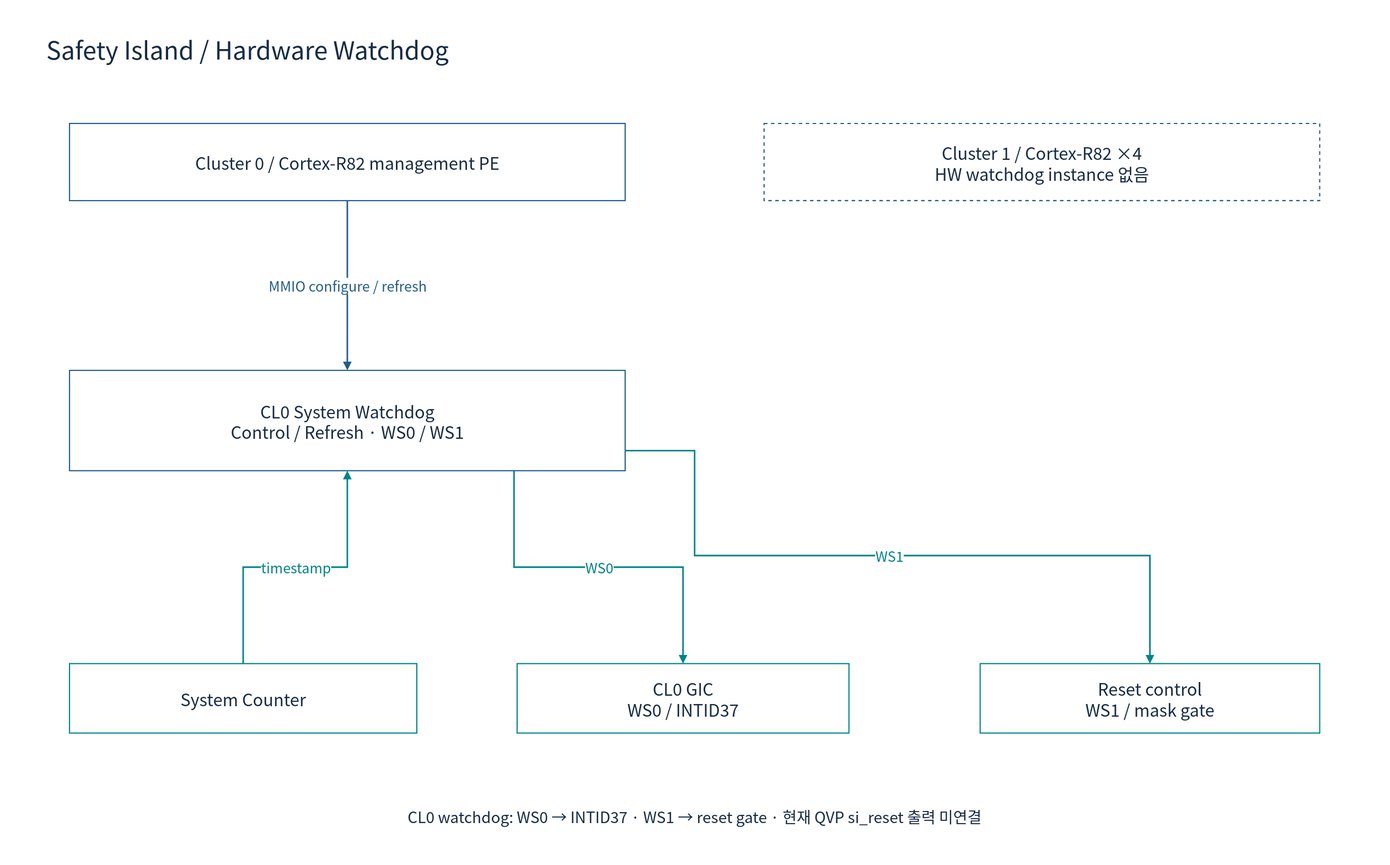
Above: doc/phase1/watchdog/diagrams/01b-si-hardware.drawio.svg in cometzero/project-apollo (draw.io), before the change. Source tidied: cells renumbered, new cells last; positions are measured from the earlier drawing's top-left corner, leaving out a move shared by most shapes. The source it was exported from:
```xml
<mxGraphModel background="#FFFFFF">
  <root>
    <mxCell id="0" />
    <mxCell id="1" parent="0" />
    <mxCell id="2" style="rounded=0;whiteSpace=wrap;html=1;fillColor=#FFFFFF;strokeColor=none;strokeWidth=1.5;fontColor=#172C43;fontFamily=Noto Sans CJK KR;fontSize=22;spacing=10;" parent="1" vertex="1">
      <mxGeometry width="1800" height="1120" as="geometry" />
    </mxCell>
    <mxCell id="3" value="Safety Island / Hardware Watchdog" style="rounded=0;whiteSpace=wrap;html=1;fillColor=#FFFFFF;strokeColor=none;strokeWidth=1.5;fontColor=#172C43;fontFamily=Noto Sans CJK KR;fontSize=22;spacing=10;fontSize=32;align=left;" parent="1" vertex="1">
      <mxGeometry x="50" y="30" width="1700" height="65" as="geometry" />
    </mxCell>
    <mxCell id="4" value="Cluster 0 / Cortex-R82 management PE" style="rounded=0;whiteSpace=wrap;html=1;fillColor=#FFFFFF;strokeColor=#235D86;strokeWidth=1.5;fontColor=#172C43;fontFamily=Noto Sans CJK KR;fontSize=22;spacing=10;" parent="1" vertex="1">
      <mxGeometry x="90" y="160" width="720" height="100" as="geometry" />
    </mxCell>
    <mxCell id="5" value="Cluster 1 / Cortex-R82 ×4&#10;HW watchdog instance 없음" style="rounded=0;whiteSpace=wrap;html=1;fillColor=#FFFFFF;strokeColor=#235D86;strokeWidth=1.5;fontColor=#172C43;fontFamily=Noto Sans CJK KR;fontSize=22;spacing=10;dashed=1;" parent="1" vertex="1">
      <mxGeometry x="990" y="160" width="720" height="100" as="geometry" />
    </mxCell>
    <mxCell id="6" value="CL0 System Watchdog&#10;Control / Refresh · WS0 / WS1" style="rounded=0;whiteSpace=wrap;html=1;fillColor=#FFFFFF;strokeColor=#235D86;strokeWidth=1.5;fontColor=#172C43;fontFamily=Noto Sans CJK KR;fontSize=22;spacing=10;" parent="1" vertex="1">
      <mxGeometry x="90" y="480" width="720" height="130" as="geometry" />
    </mxCell>
    <mxCell id="7" value="System Counter" style="rounded=0;whiteSpace=wrap;html=1;fillColor=#FFFFFF;strokeColor=#00838A;strokeWidth=1.5;fontColor=#172C43;fontFamily=Noto Sans CJK KR;fontSize=22;spacing=10;" parent="1" vertex="1">
      <mxGeometry x="90" y="860" width="450" height="90" as="geometry" />
    </mxCell>
    <mxCell id="8" value="CL0 GIC&#10;WS0 / INTID37" style="rounded=0;whiteSpace=wrap;html=1;fillColor=#FFFFFF;strokeColor=#00838A;strokeWidth=1.5;fontColor=#172C43;fontFamily=Noto Sans CJK KR;fontSize=22;spacing=10;" parent="1" vertex="1">
      <mxGeometry x="670" y="860" width="430" height="90" as="geometry" />
    </mxCell>
    <mxCell id="9" value="Reset control&#10;WS1 / mask gate" style="rounded=0;whiteSpace=wrap;html=1;fillColor=#FFFFFF;strokeColor=#00838A;strokeWidth=1.5;fontColor=#172C43;fontFamily=Noto Sans CJK KR;fontSize=22;spacing=10;" parent="1" vertex="1">
      <mxGeometry x="1270" y="860" width="440" height="90" as="geometry" />
    </mxCell>
    <mxCell id="10" value="MMIO configure / refresh" style="edgeStyle=orthogonalEdgeStyle;rounded=0;html=1;endArrow=block;endFill=1;strokeWidth=2;strokeColor=#235D86;fontColor=#235D86;fontFamily=Noto Sans CJK KR;fontSize=18;labelBackgroundColor=#FFFFFF;" parent="1" edge="1" source="4" target="6">
      <mxGeometry relative="1" as="geometry" />
    </mxCell>
    <mxCell id="11" value="timestamp" style="edgeStyle=orthogonalEdgeStyle;rounded=0;html=1;endArrow=block;endFill=1;strokeWidth=2;strokeColor=#00838A;fontColor=#00838A;fontFamily=Noto Sans CJK KR;fontSize=18;labelBackgroundColor=#FFFFFF;" parent="1" edge="1" source="7" target="6">
      <mxGeometry relative="1" as="geometry" />
    </mxCell>
    <mxCell id="12" value="WS0" style="edgeStyle=orthogonalEdgeStyle;rounded=0;html=1;endArrow=block;endFill=1;strokeWidth=2;strokeColor=#00838A;fontColor=#00838A;fontFamily=Noto Sans CJK KR;fontSize=18;labelBackgroundColor=#FFFFFF;exitX=0.8;exitY=1;entryX=0.5;entryY=0;" parent="1" edge="1" source="6" target="8">
      <mxGeometry relative="1" as="geometry" />
    </mxCell>
    <mxCell id="13" value="WS1" style="edgeStyle=orthogonalEdgeStyle;rounded=0;html=1;endArrow=block;endFill=1;strokeWidth=2;strokeColor=#00838A;fontColor=#00838A;fontFamily=Noto Sans CJK KR;fontSize=18;labelBackgroundColor=#FFFFFF;exitX=1;exitY=0.8;entryX=0.5;entryY=0;" parent="1" edge="1" source="6" target="9">
      <mxGeometry relative="1" as="geometry">
        <Array as="points">
          <mxPoint x="900" y="720" />
          <mxPoint x="1490" y="720" />
        </Array>
      </mxGeometry>
    </mxCell>
    <mxCell id="14" value="CL0 watchdog: WS0 → INTID37 · WS1 → reset gate · 현재 QVP si_reset 출력 미연결" style="rounded=0;whiteSpace=wrap;html=1;fillColor=#FFFFFF;strokeColor=none;strokeWidth=1.5;fontColor=#172C43;fontFamily=Noto Sans CJK KR;fontSize=22;spacing=10;fontSize=20;" parent="1" vertex="1">
      <mxGeometry x="90" y="1030" width="1620" height="55" as="geometry" />
    </mxCell>
  </root>
</mxGraphModel>
```
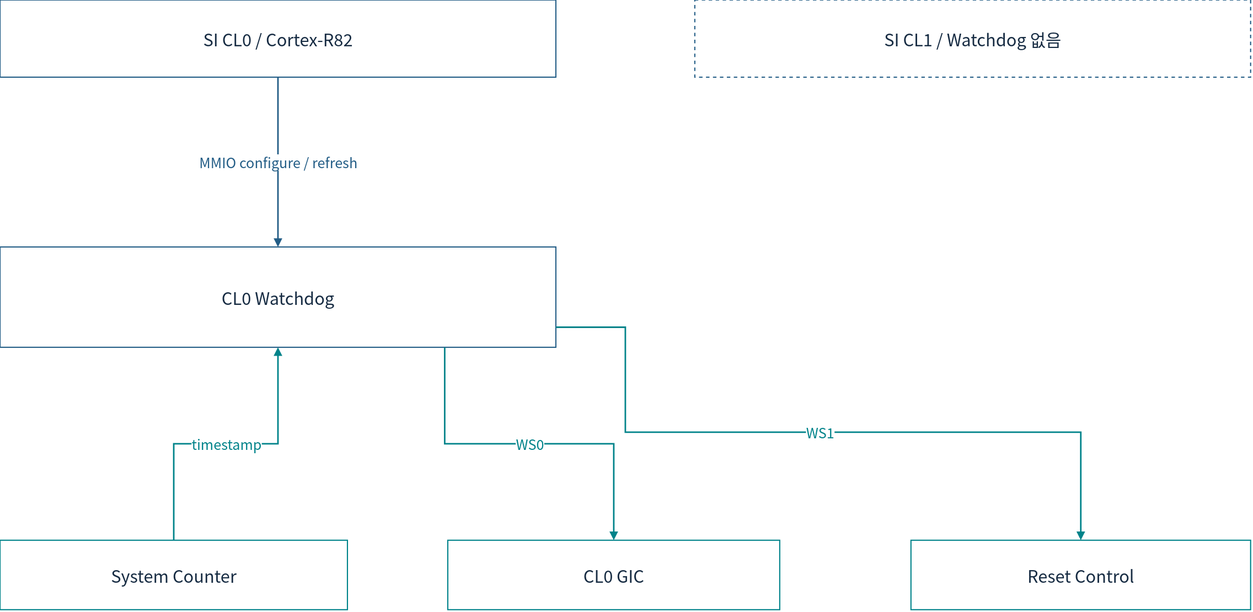
Later version of the same file.

Diff of the diagram source:
```diff
@@ -2,28 +2,22 @@
   <root>
     <mxCell id="0" />
     <mxCell id="1" parent="0" />
-    <mxCell id="2" style="rounded=0;whiteSpace=wrap;html=1;fillColor=#FFFFFF;strokeColor=none;strokeWidth=1.5;fontColor=#172C43;fontFamily=Noto Sans CJK KR;fontSize=22;spacing=10;" parent="1" vertex="1">
-      <mxGeometry width="1800" height="1120" as="geometry" />
-    </mxCell>
-    <mxCell id="3" value="Safety Island / Hardware Watchdog" style="rounded=0;whiteSpace=wrap;html=1;fillColor=#FFFFFF;strokeColor=none;strokeWidth=1.5;fontColor=#172C43;fontFamily=Noto Sans CJK KR;fontSize=22;spacing=10;fontSize=32;align=left;" parent="1" vertex="1">
-      <mxGeometry x="50" y="30" width="1700" height="65" as="geometry" />
-    </mxCell>
-    <mxCell id="4" value="Cluster 0 / Cortex-R82 management PE" style="rounded=0;whiteSpace=wrap;html=1;fillColor=#FFFFFF;strokeColor=#235D86;strokeWidth=1.5;fontColor=#172C43;fontFamily=Noto Sans CJK KR;fontSize=22;spacing=10;" parent="1" vertex="1">
+    <mxCell id="4" value="SI CL0 / Cortex-R82" style="rounded=0;whiteSpace=wrap;html=1;fillColor=#FFFFFF;strokeColor=#235D86;strokeWidth=1.5;fontColor=#172C43;fontFamily=Noto Sans CJK KR;fontSize=22;spacing=10;" parent="1" vertex="1">
       <mxGeometry x="90" y="160" width="720" height="100" as="geometry" />
     </mxCell>
-    <mxCell id="5" value="Cluster 1 / Cortex-R82 ×4&#10;HW watchdog instance 없음" style="rounded=0;whiteSpace=wrap;html=1;fillColor=#FFFFFF;strokeColor=#235D86;strokeWidth=1.5;fontColor=#172C43;fontFamily=Noto Sans CJK KR;fontSize=22;spacing=10;dashed=1;" parent="1" vertex="1">
+    <mxCell id="5" value="SI CL1 / Watchdog 없음" style="rounded=0;whiteSpace=wrap;html=1;fillColor=#FFFFFF;strokeColor=#235D86;strokeWidth=1.5;fontColor=#172C43;fontFamily=Noto Sans CJK KR;fontSize=22;spacing=10;dashed=1;" parent="1" vertex="1">
       <mxGeometry x="990" y="160" width="720" height="100" as="geometry" />
     </mxCell>
-    <mxCell id="6" value="CL0 System Watchdog&#10;Control / Refresh · WS0 / WS1" style="rounded=0;whiteSpace=wrap;html=1;fillColor=#FFFFFF;strokeColor=#235D86;strokeWidth=1.5;fontColor=#172C43;fontFamily=Noto Sans CJK KR;fontSize=22;spacing=10;" parent="1" vertex="1">
+    <mxCell id="6" value="CL0 Watchdog" style="rounded=0;whiteSpace=wrap;html=1;fillColor=#FFFFFF;strokeColor=#235D86;strokeWidth=1.5;fontColor=#172C43;fontFamily=Noto Sans CJK KR;fontSize=22;spacing=10;" parent="1" vertex="1">
       <mxGeometry x="90" y="480" width="720" height="130" as="geometry" />
     </mxCell>
     <mxCell id="7" value="System Counter" style="rounded=0;whiteSpace=wrap;html=1;fillColor=#FFFFFF;strokeColor=#00838A;strokeWidth=1.5;fontColor=#172C43;fontFamily=Noto Sans CJK KR;fontSize=22;spacing=10;" parent="1" vertex="1">
       <mxGeometry x="90" y="860" width="450" height="90" as="geometry" />
     </mxCell>
-    <mxCell id="8" value="CL0 GIC&#10;WS0 / INTID37" style="rounded=0;whiteSpace=wrap;html=1;fillColor=#FFFFFF;strokeColor=#00838A;strokeWidth=1.5;fontColor=#172C43;fontFamily=Noto Sans CJK KR;fontSize=22;spacing=10;" parent="1" vertex="1">
+    <mxCell id="8" value="CL0 GIC" style="rounded=0;whiteSpace=wrap;html=1;fillColor=#FFFFFF;strokeColor=#00838A;strokeWidth=1.5;fontColor=#172C43;fontFamily=Noto Sans CJK KR;fontSize=22;spacing=10;" parent="1" vertex="1">
       <mxGeometry x="670" y="860" width="430" height="90" as="geometry" />
     </mxCell>
-    <mxCell id="9" value="Reset control&#10;WS1 / mask gate" style="rounded=0;whiteSpace=wrap;html=1;fillColor=#FFFFFF;strokeColor=#00838A;strokeWidth=1.5;fontColor=#172C43;fontFamily=Noto Sans CJK KR;fontSize=22;spacing=10;" parent="1" vertex="1">
+    <mxCell id="9" value="Reset Control" style="rounded=0;whiteSpace=wrap;html=1;fillColor=#FFFFFF;strokeColor=#00838A;strokeWidth=1.5;fontColor=#172C43;fontFamily=Noto Sans CJK KR;fontSize=22;spacing=10;" parent="1" vertex="1">
       <mxGeometry x="1270" y="860" width="440" height="90" as="geometry" />
     </mxCell>
     <mxCell id="10" value="MMIO configure / refresh" style="edgeStyle=orthogonalEdgeStyle;rounded=0;html=1;endArrow=block;endFill=1;strokeWidth=2;strokeColor=#235D86;fontColor=#235D86;fontFamily=Noto Sans CJK KR;fontSize=18;labelBackgroundColor=#FFFFFF;" parent="1" edge="1" source="4" target="6">
@@ -43,8 +37,5 @@
         </Array>
       </mxGeometry>
     </mxCell>
-    <mxCell id="14" value="CL0 watchdog: WS0 → INTID37 · WS1 → reset gate · 현재 QVP si_reset 출력 미연결" style="rounded=0;whiteSpace=wrap;html=1;fillColor=#FFFFFF;strokeColor=none;strokeWidth=1.5;fontColor=#172C43;fontFamily=Noto Sans CJK KR;fontSize=22;spacing=10;fontSize=20;" parent="1" vertex="1">
-      <mxGeometry x="90" y="1030" width="1620" height="55" as="geometry" />
-    </mxCell>
   </root>
 </mxGraphModel>
```
